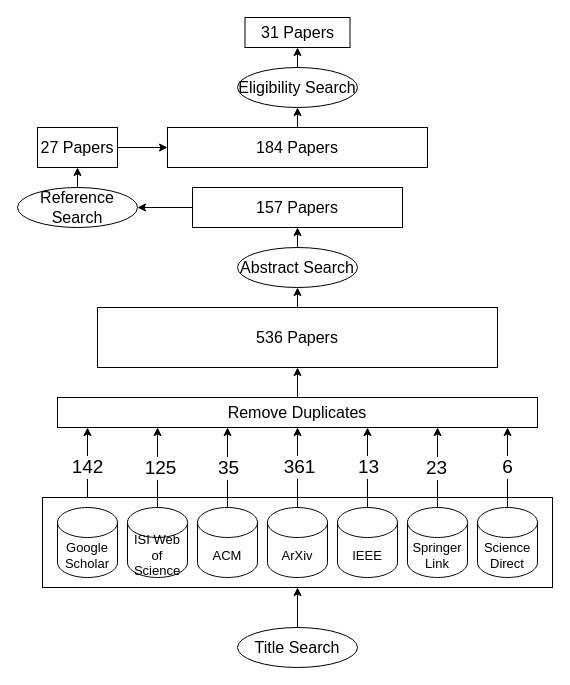
Earlier version of the draw.io diagram Untitled Diagram.drawio (semantic-systems/RE-for-KGQA-survey). Source tidied: cells renumbered, new cells numbered last; positions are measured from the earlier drawing's top-left corner, leaving out a move shared by most shapes. Both pictures are drawn from the tidied source at 100%, with x=0, y=0 at pixel (17, 17).
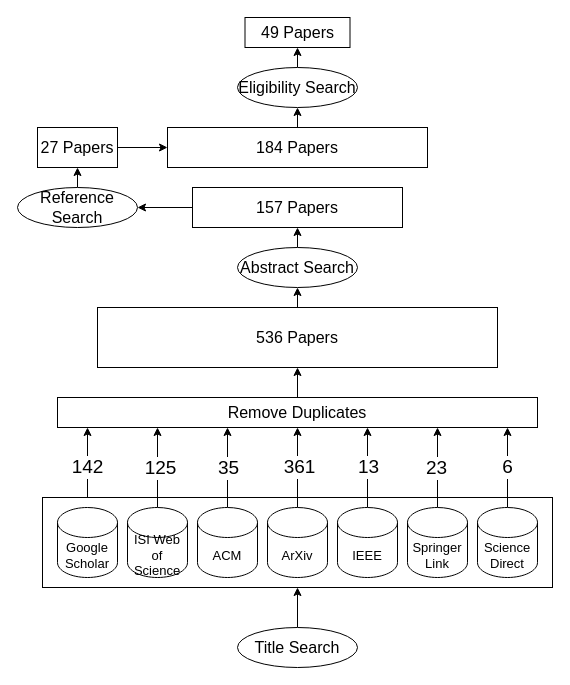
The same page after the edit.

The edit, as a diff of the source:
```diff
@@
-    <mxCell id="40" value="31 Papers" style="rounded=0;whiteSpace=wrap;html=1;fontFamily=Cambria;fontSize=16;" parent="1" vertex="1">
+    <mxCell id="40" value="49 Papers" style="rounded=0;whiteSpace=wrap;html=1;fontFamily=Cambria;fontSize=16;" parent="1" vertex="1">
       <mxGeometry x="227.5" width="105" height="30" as="geometry" />
     </mxCell>
```
